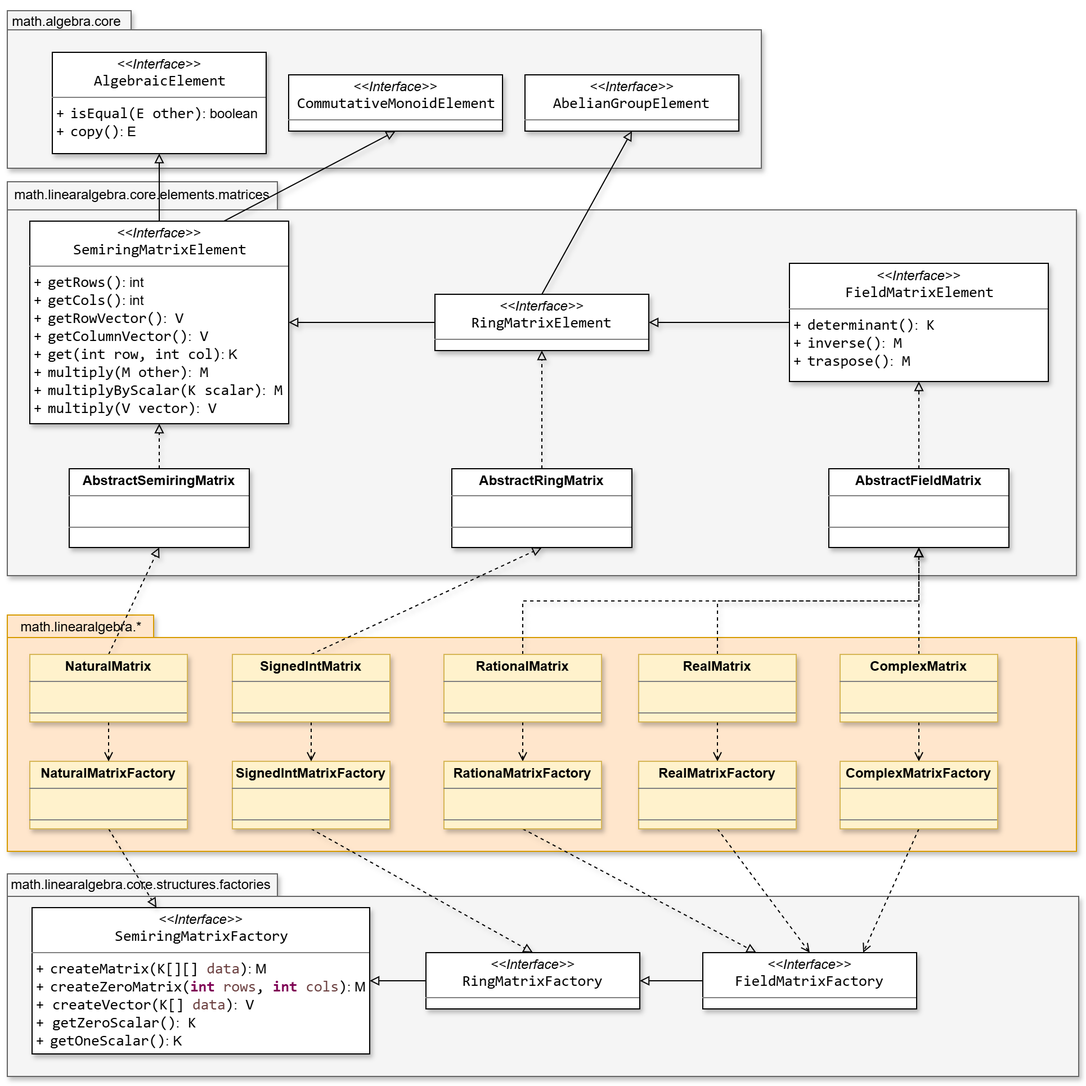
gom9000/SMFN keeps this draw.io diagram as resources/SMFN-linearalgebra-matrix-elements.drawio.png. Above is the earlier version. Source tidied: cells renumbered, new cells last; positions are measured from the earlier drawing's top-left corner, leaving out a move shared by most shapes.
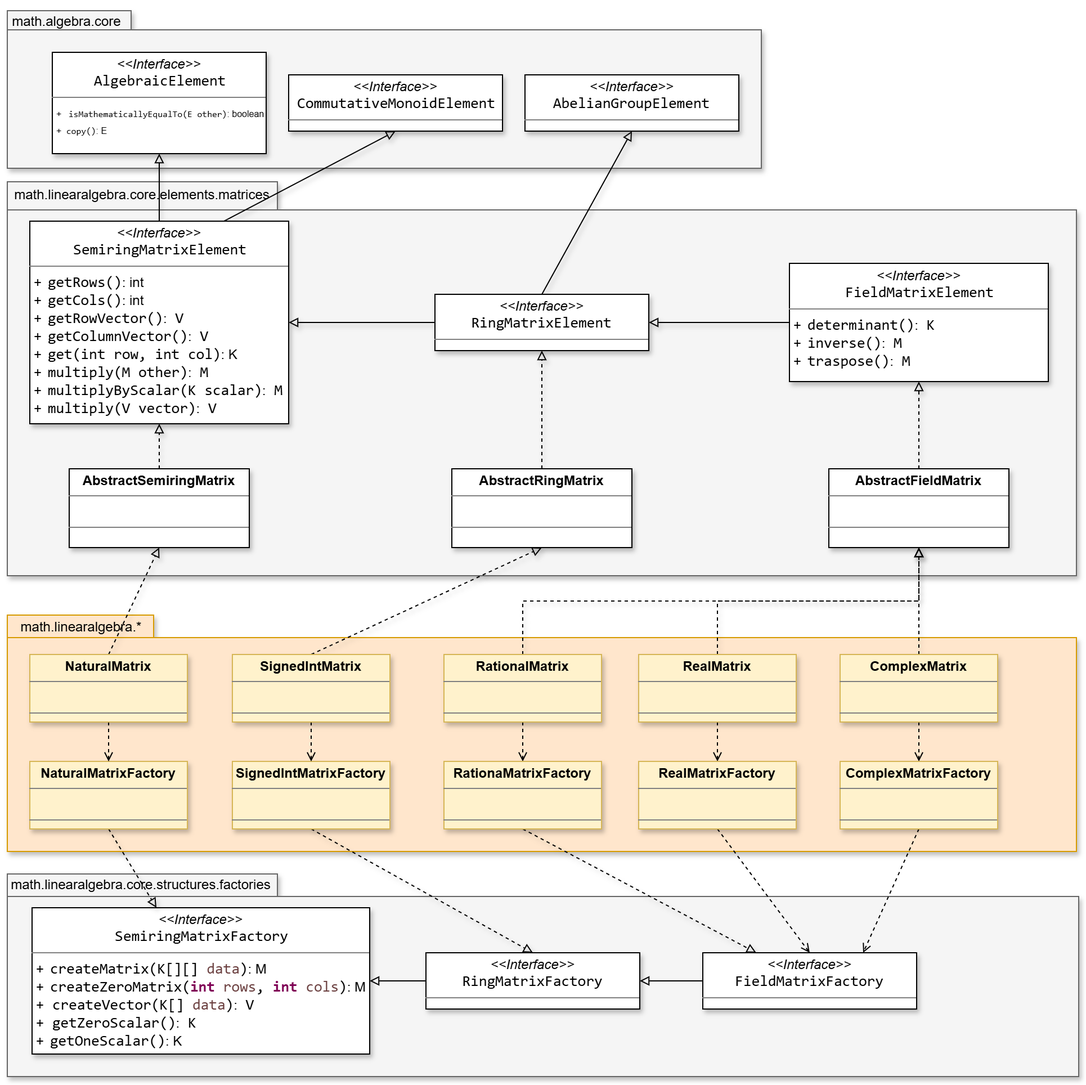
Later version of the same file.

The edit, as a diff of the source:
```diff
@@ -26,7 +26,7 @@
     <mxCell id="9" value="&lt;p style=&quot;margin:0px;margin-top:4px;text-align:center;&quot;&gt;&lt;i&gt;&amp;lt;&amp;lt;Interface&amp;gt;&amp;gt;&lt;/i&gt;&lt;br&gt;&lt;span style=&quot;padding: 0px 0px 0px 2px;&quot;&gt;&lt;span style=&quot;font-family: Consolas; font-size: 10pt; white-space: pre;&quot;&gt;&lt;span style=&quot;&quot;&gt;SemiringMatrixElement&lt;/span&gt;&lt;/span&gt;&lt;/span&gt;&lt;/p&gt;&lt;hr size=&quot;1&quot; style=&quot;border-style:solid;&quot;&gt;&lt;p style=&quot;margin:0px;margin-left:4px;&quot;&gt;&lt;/p&gt;&lt;p style=&quot;margin:0px;margin-left:4px;&quot;&gt;+&amp;nbsp;&lt;span style=&quot;padding: 0px 0px 0px 2px;&quot;&gt;&lt;span style=&quot;font-family: Consolas; font-size: 10pt; white-space: pre;&quot;&gt;&lt;span style=&quot;&quot;&gt;getRows&lt;/span&gt;()&lt;/span&gt;&lt;/span&gt;: int&lt;/p&gt;&lt;p style=&quot;margin:0px;margin-left:4px;&quot;&gt;+&amp;nbsp;&lt;span style=&quot;padding: 0px 0px 0px 2px;&quot;&gt;&lt;span style=&quot;font-family: Consolas; font-size: 10pt; white-space: pre;&quot;&gt;getCols()&lt;/span&gt;&lt;/span&gt;: int&lt;/p&gt;&lt;p style=&quot;margin:0px;margin-left:4px;&quot;&gt;+&amp;nbsp;&lt;span style=&quot;background-color: rgb(255, 255, 255); padding: 0px 0px 0px 2px;&quot;&gt;&lt;span style=&quot;font-family: Consolas; font-size: 10pt; white-space-collapse: preserve;&quot;&gt;getRowVector()&lt;/span&gt;&lt;/span&gt;&lt;span style=&quot;color: light-dark(rgb(0, 0, 0), rgb(255, 255, 255)); font-family: Consolas; font-size: 10pt; white-space: pre;&quot;&gt;&lt;span style=&quot;font-family: Helvetica; font-size: 12px; white-space: normal;&quot;&gt;:&lt;/span&gt; V&lt;/span&gt;&lt;/p&gt;&lt;p style=&quot;margin:0px;margin-left:4px;&quot;&gt;+&amp;nbsp;&lt;span style=&quot;background-color: rgb(255, 255, 255); padding: 0px 0px 0px 2px;&quot;&gt;&lt;span style=&quot;font-family: Consolas; font-size: 10pt; white-space-collapse: preserve;&quot;&gt;getColumnVector()&lt;/span&gt;&lt;/span&gt;&lt;span style=&quot;color: light-dark(rgb(0, 0, 0), rgb(255, 255, 255)); font-family: Consolas; font-size: 10pt; white-space: pre;&quot;&gt;&lt;span style=&quot;font-family: Helvetica; font-size: 12px; white-space: normal;&quot;&gt;:&lt;/span&gt; V&lt;/span&gt;&lt;font face=&quot;Consolas&quot;&gt;&lt;span style=&quot;font-size: 13.3333px; white-space: pre;&quot;&gt;&lt;br&gt;&lt;/span&gt;&lt;/font&gt;+&amp;nbsp;&lt;span style=&quot;padding: 0px 0px 0px 2px;&quot;&gt;&lt;span style=&quot;font-family: Consolas; font-size: 10pt; white-space: pre;&quot;&gt;&lt;span style=&quot;&quot;&gt;get&lt;/span&gt;(int row, int col)&lt;/span&gt;&lt;/span&gt;: K&lt;/p&gt;&lt;p style=&quot;margin:0px;margin-left:4px;&quot;&gt;+&amp;nbsp;&lt;span style=&quot;background-color: rgb(255, 255, 255); padding: 0px 0px 0px 2px;&quot;&gt;&lt;span style=&quot;font-family: Consolas; font-size: 10pt; white-space-collapse: preserve;&quot;&gt;multiply(M other)&lt;/span&gt;&lt;/span&gt;&lt;span style=&quot;color: light-dark(rgb(0, 0, 0), rgb(255, 255, 255)); font-family: Consolas; font-size: 10pt; white-space: pre;&quot;&gt;&lt;span style=&quot;font-family: Helvetica; font-size: 12px; white-space: normal;&quot;&gt;:&lt;/span&gt; M&lt;/span&gt;&lt;/p&gt;&lt;p style=&quot;margin:0px;margin-left:4px;&quot;&gt;+&amp;nbsp;&lt;span style=&quot;background-color:#ffffff;padding:0px 0px 0px 2px;&quot;&gt;&lt;span style=&quot;font-family: Consolas; font-size: 10pt; white-space-collapse: preserve;&quot;&gt;multiplyByScalar(K scalar)&lt;/span&gt;&lt;/span&gt;&lt;span style=&quot;font-family: Consolas; font-size: 10pt; white-space: pre; color: light-dark(rgb(0, 0, 0), rgb(255, 255, 255));&quot;&gt;&lt;span style=&quot;font-family: Helvetica; font-size: 12px; white-space: normal;&quot;&gt;:&lt;/span&gt; M&lt;/span&gt;&lt;/p&gt;&lt;p style=&quot;margin:0px;margin-left:4px;&quot;&gt;+&amp;nbsp;&lt;span style=&quot;background-color: rgb(255, 255, 255); padding: 0px 0px 0px 2px;&quot;&gt;&lt;span style=&quot;font-family: Consolas; font-size: 10pt; white-space-collapse: preserve;&quot;&gt;multiply(V vector)&lt;/span&gt;&lt;/span&gt;&lt;span style=&quot;color: light-dark(rgb(0, 0, 0), rgb(255, 255, 255)); font-family: Consolas; font-size: 10pt; white-space: pre;&quot;&gt;&lt;span style=&quot;font-family: Helvetica; font-size: 12px; white-space: normal;&quot;&gt;:&lt;/span&gt; V&lt;/span&gt;&lt;/p&gt;&lt;p style=&quot;margin:0px;margin-left:4px;&quot;&gt;&lt;br&gt;&lt;/p&gt;&lt;p style=&quot;margin:0px;margin-left:4px;&quot;&gt;&lt;span style=&quot;color: light-dark(rgb(0, 0, 0), rgb(255, 255, 255)); font-family: Consolas; font-size: 10pt; white-space: pre;&quot;&gt;&lt;br&gt;&lt;/span&gt;&lt;/p&gt;" style="verticalAlign=top;align=left;overflow=fill;html=1;whiteSpace=wrap;labelBackgroundColor=none;shadow=1;" parent="1" vertex="1">
       <mxGeometry x="22" y="192" width="230" height="180" as="geometry" />
     </mxCell>
-    <mxCell id="10" value="&lt;p style=&quot;margin:0px;margin-top:4px;text-align:center;&quot;&gt;&lt;i&gt;&amp;lt;&amp;lt;Interface&amp;gt;&amp;gt;&lt;/i&gt;&lt;br&gt;&lt;span style=&quot;padding: 0px 0px 0px 2px;&quot;&gt;&lt;span style=&quot;font-family: Consolas; font-size: 10pt; white-space: pre;&quot;&gt;&lt;span style=&quot;&quot;&gt;AlgebraicElement&lt;/span&gt;&lt;/span&gt;&lt;/span&gt;&lt;/p&gt;&lt;hr size=&quot;1&quot; style=&quot;border-style:solid;&quot;&gt;&lt;p style=&quot;margin:0px;margin-left:4px;&quot;&gt;&lt;/p&gt;&lt;p style=&quot;margin:0px;margin-left:4px;&quot;&gt;+&amp;nbsp;&lt;span style=&quot;padding: 0px 0px 0px 2px;&quot;&gt;&lt;span style=&quot;font-family: Consolas; font-size: 10pt; white-space: pre;&quot;&gt;&lt;span style=&quot;&quot;&gt;isEqual&lt;/span&gt;(E &lt;span style=&quot;text-decoration-color: rgb(0, 102, 204);&quot;&gt;&lt;font style=&quot;color: rgb(0, 0, 0);&quot;&gt;other&lt;/font&gt;&lt;/span&gt;)&lt;/span&gt;&lt;/span&gt;: boolean&lt;br&gt;+&amp;nbsp;&lt;span style=&quot;padding: 0px 0px 0px 2px;&quot;&gt;&lt;span style=&quot;font-family: Consolas; font-size: 10pt; white-space: pre;&quot;&gt;copy()&lt;/span&gt;&lt;/span&gt;: E&lt;/p&gt;" style="verticalAlign=top;align=left;overflow=fill;html=1;whiteSpace=wrap;labelBackgroundColor=none;shadow=1;" parent="1" vertex="1">
+    <mxCell id="10" value="&lt;p style=&quot;margin:0px;margin-top:4px;text-align:center;&quot;&gt;&lt;i&gt;&amp;lt;&amp;lt;Interface&amp;gt;&amp;gt;&lt;/i&gt;&lt;br&gt;&lt;span style=&quot;padding: 0px 0px 0px 2px;&quot;&gt;&lt;span style=&quot;font-family: Consolas; font-size: 10pt; white-space: pre;&quot;&gt;&lt;span style=&quot;&quot;&gt;AlgebraicElement&lt;/span&gt;&lt;/span&gt;&lt;/span&gt;&lt;/p&gt;&lt;hr size=&quot;1&quot; style=&quot;border-style:solid;&quot;&gt;&lt;p style=&quot;margin:0px;margin-left:4px;&quot;&gt;&lt;/p&gt;&lt;p style=&quot;margin:0px;margin-left:4px;&quot;&gt;&lt;font style=&quot;font-size: 8px;&quot;&gt;+&amp;nbsp;&lt;span style=&quot;padding: 0px 0px 0px 2px;&quot;&gt;&lt;span style=&quot;background-color:#ffffff;padding:0px 0px 0px 2px;&quot;&gt;&lt;span style=&quot;font-family: Consolas; white-space-collapse: preserve;&quot;&gt;isMathematicallyEqualTo&lt;/span&gt;&lt;/span&gt;&lt;span style=&quot;font-family: Consolas; white-space: pre;&quot;&gt;(E &lt;span style=&quot;text-decoration-color: rgb(0, 102, 204);&quot;&gt;&lt;font style=&quot;color: rgb(0, 0, 0);&quot;&gt;other&lt;/font&gt;&lt;/span&gt;)&lt;/span&gt;&lt;/span&gt;: boolean&lt;br&gt;+&amp;nbsp;&lt;span style=&quot;padding: 0px 0px 0px 2px;&quot;&gt;&lt;span style=&quot;font-family: Consolas; white-space: pre;&quot;&gt;copy()&lt;/span&gt;&lt;/span&gt;: E&lt;/font&gt;&lt;/p&gt;" style="verticalAlign=top;align=left;overflow=fill;html=1;whiteSpace=wrap;labelBackgroundColor=none;shadow=1;" parent="1" vertex="1">
       <mxGeometry x="42" y="42" width="190" height="90" as="geometry" />
     </mxCell>
     <mxCell id="11" style="edgeStyle=orthogonalEdgeStyle;rounded=0;jettySize=auto;html=1;exitX=0.5;exitY=0;exitDx=0;exitDy=0;dashed=1;strokeColor=default;align=center;verticalAlign=middle;fontFamily=Helvetica;fontSize=11;fontColor=default;labelBackgroundColor=default;endArrow=block;endFill=0;entryX=0.5;entryY=1;entryDx=0;entryDy=0;shadow=1;" parent="1" edge="1" source="12" target="20">
```
